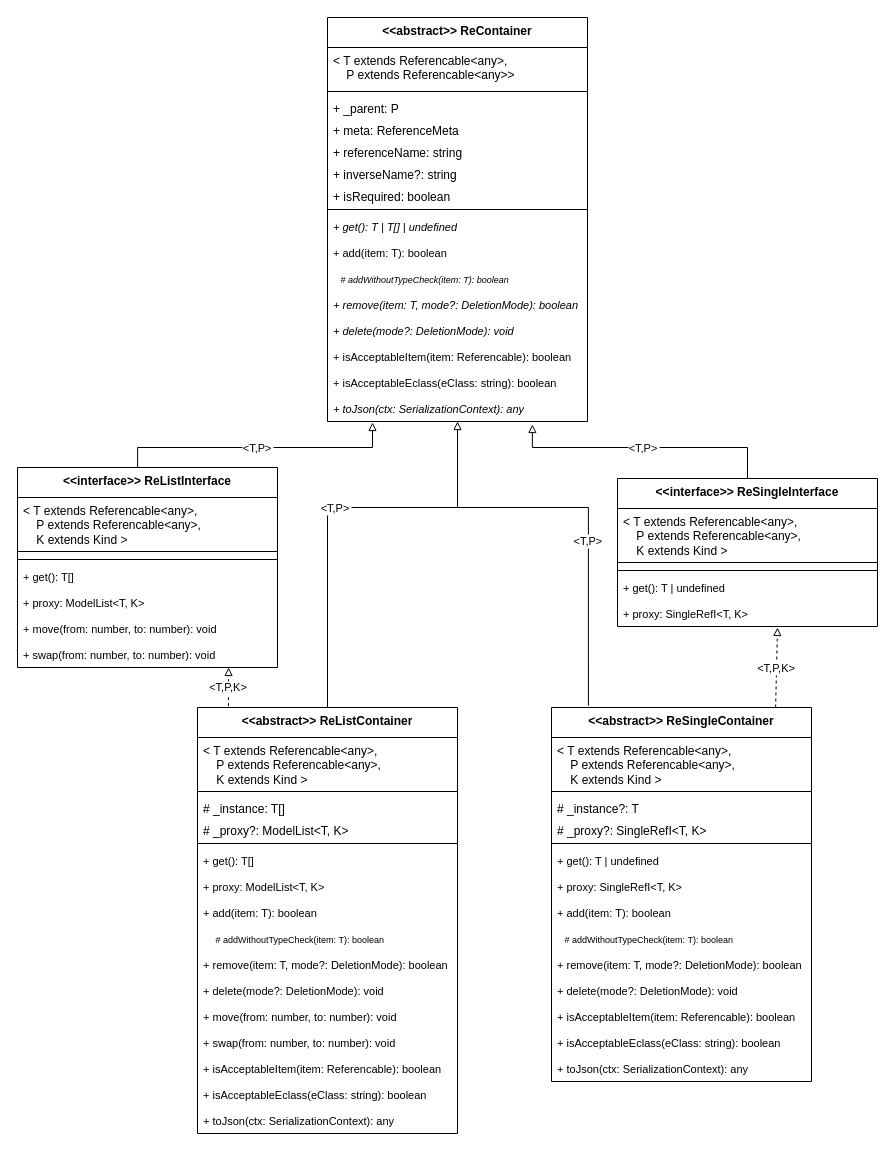
The draw.io diagram projects/emfular/doc/complete0.drawio in softlang/EMFular, before the edit. Source tidied: cells renumbered, new cells numbered last; positions are measured from the earlier drawing's top-left corner, leaving out a move shared by most shapes. Both pictures are drawn from the tidied source at 100%, with x=0, y=0 at pixel (17, 17).
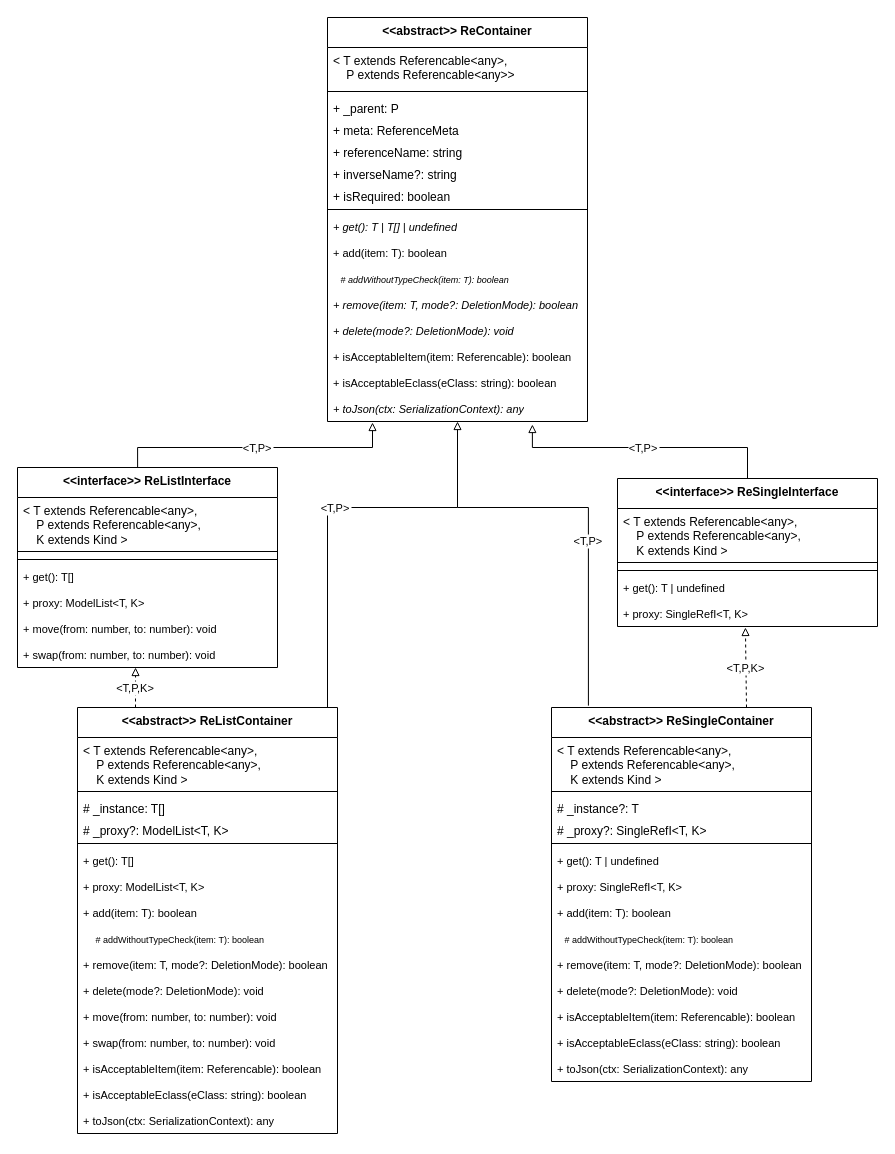
After the change.

Commit message:
Unify edges on main diagram

The change refers to these unchanged cells:
```xml
<mxCell id="24" value="&lt;span style=&quot;font-size: 11px;&quot;&gt;+ proxy: SingleRefI&amp;lt;T, K&amp;gt;&lt;/span&gt;" style="text;strokeColor=none;fillColor=none;align=left;verticalAlign=top;spacingLeft=4;spacingRight=4;overflow=hidden;points=[[0,0.5],[1,0.5]];portConstraint=eastwest;whiteSpace=wrap;html=1;" parent="19" vertex="1">
  <mxGeometry y="122" width="260" height="26" as="geometry" />
</mxCell>
<mxCell id="25" value="&amp;lt;&amp;lt;abstract&amp;gt;&amp;gt;&amp;nbsp;&lt;span style=&quot;background-color: transparent; color: light-dark(rgb(0, 0, 0), rgb(255, 255, 255));&quot;&gt;ReSingleContainer&lt;/span&gt;" style="swimlane;fontStyle=1;align=center;verticalAlign=top;horizontal=1;startSize=30;whiteSpace=wrap;html=1;" parent="1" vertex="1">
  <mxGeometry x="534" y="690" width="260" height="374" as="geometry" />
</mxCell>
<mxCell id="50" value="&lt;span style=&quot;font-size: 11px;&quot;&gt;+ swap(from: number, to: number): void&lt;/span&gt;" style="text;strokeColor=none;fillColor=none;align=left;verticalAlign=top;spacingLeft=4;spacingRight=4;overflow=hidden;points=[[0,0.5],[1,0.5]];portConstraint=eastwest;whiteSpace=wrap;html=1;" parent="43" vertex="1">
  <mxGeometry y="174" width="260" height="26" as="geometry" />
</mxCell>
```

Diff of the diagram source:
```diff
@@
-    <mxCell id="42" value="&lt;T,P,K&gt;" style="endArrow=block;endFill=0;rounded=0;dashed=1;exitX=0.862;exitY=0;exitDx=0;exitDy=0;exitPerimeter=0;" parent="1" edge="1" source="25">
-      <mxGeometry relative="1" as="geometry">
-        <mxPoint x="760" y="610" as="targetPoint" />
-      </mxGeometry>
+    <mxCell id="42" value="&lt;T,P,K&gt;" style="endArrow=block;endFill=0;rounded=0;dashed=1;exitX=0.75;exitY=0;exitDx=0;exitDy=0;entryX=0.492;entryY=1.038;entryDx=0;entryDy=0;entryPerimeter=0;" parent="1" edge="1" source="25" target="24">
+      <mxGeometry relative="1" as="geometry" />
     </mxCell>
@@
     <mxCell id="52" value="&amp;lt;&amp;lt;abstract&amp;gt;&amp;gt;&amp;nbsp;&lt;span style=&quot;background-color: transparent; color: light-dark(rgb(0, 0, 0), rgb(255, 255, 255));&quot;&gt;ReListContainer&lt;/span&gt;" style="swimlane;fontStyle=1;align=center;verticalAlign=top;horizontal=1;startSize=30;whiteSpace=wrap;html=1;" parent="1" vertex="1">
-      <mxGeometry x="180" y="690" width="260" height="426" as="geometry" />
+      <mxGeometry x="60" y="690" width="260" height="426" as="geometry" />
     </mxCell>
@@
-    <mxCell id="69" value="&lt;T,P,K&gt;" style="endArrow=block;endFill=0;rounded=0;dashed=1;exitX=0.119;exitY=-0.003;exitDx=0;exitDy=0;exitPerimeter=0;entryX=0.812;entryY=1;entryDx=0;entryDy=0;entryPerimeter=0;" parent="1" edge="1" source="52" target="50">
-      <mxGeometry relative="1" as="geometry" />
+    <mxCell id="69" value="&lt;T,P,K&gt;" style="endArrow=block;endFill=0;rounded=0;dashed=1;entryX=0.454;entryY=1;entryDx=0;entryDy=0;entryPerimeter=0;" parent="1" edge="1" target="50">
+      <mxGeometry x="-0.02" relative="1" as="geometry">
+        <mxPoint x="118" y="690" as="sourcePoint" />
+      </mxGeometry>
     </mxCell>
```
